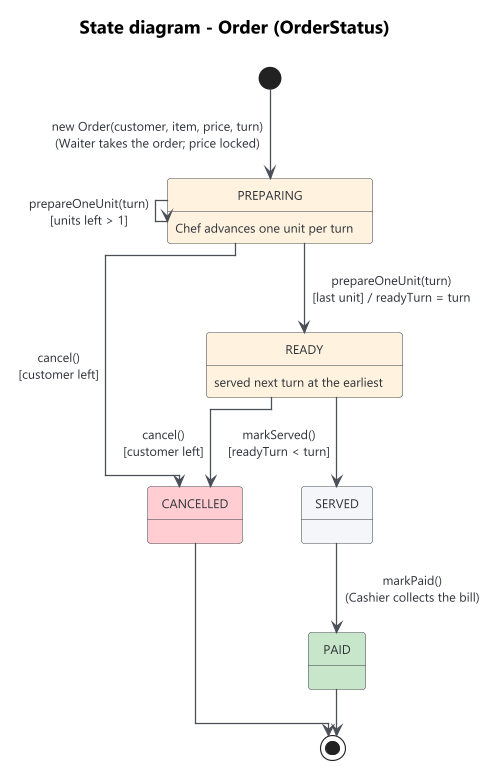
Above: docs/diagrams/state-order.png in SleepyBryan01/SC2002_OOP_Restaurant_Rush (PlantUML), before the change. Its diagram source:
```plantuml
@startuml state-order
!include style.iuml
title State diagram - Order (OrderStatus)

state PREPARING WAITC
state READY WAITC
state SERVED
state PAID GOODC
state CANCELLED BADC

PREPARING : Chef advances one unit per turn
READY : served next turn at the earliest

[*] --> PREPARING : new Order(customer, item, price, turn)\n(Waiter takes the order; price locked)
PREPARING --> PREPARING : prepareOneUnit(turn)\n[units left > 1]
PREPARING --> READY : prepareOneUnit(turn)\n[last unit] / readyTurn = turn
READY --> SERVED : markServed()\n[readyTurn < turn]
SERVED --> PAID : markPaid()\n(Cashier collects the bill)
PREPARING --> CANCELLED : cancel()\n[customer left]
READY --> CANCELLED : cancel()\n[customer left]
PAID --> [*]
CANCELLED --> [*]
@enduml
```
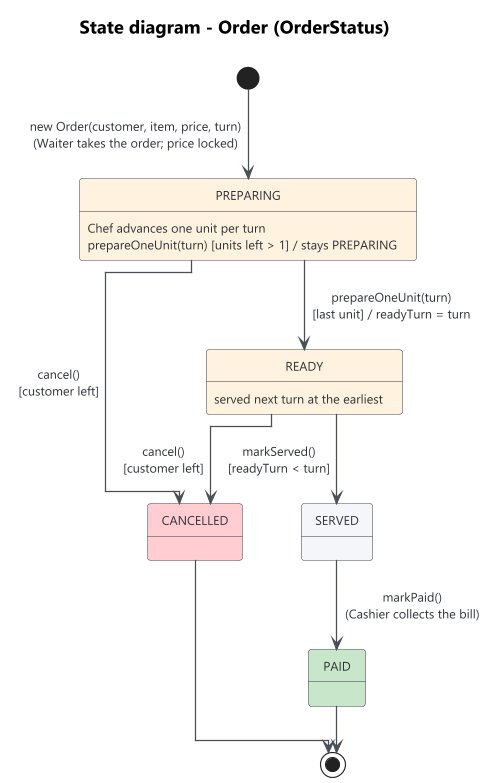
The same diagram one commit later.

Commit message:
Docs: order PREPARING self-loop drawn as an internal transition

The edit, as a diff of the source:
```diff
@@ -9,10 +9,10 @@
 state CANCELLED BADC
 
 PREPARING : Chef advances one unit per turn
+PREPARING : prepareOneUnit(turn) [units left > 1] / stays PREPARING
 READY : served next turn at the earliest
 
 [*] --> PREPARING : new Order(customer, item, price, turn)\n(Waiter takes the order; price locked)
-PREPARING --> PREPARING : prepareOneUnit(turn)\n[units left > 1]
 PREPARING --> READY : prepareOneUnit(turn)\n[last unit] / readyTurn = turn
 READY --> SERVED : markServed()\n[readyTurn < turn]
 SERVED --> PAID : markPaid()\n(Cashier collects the bill)
```
